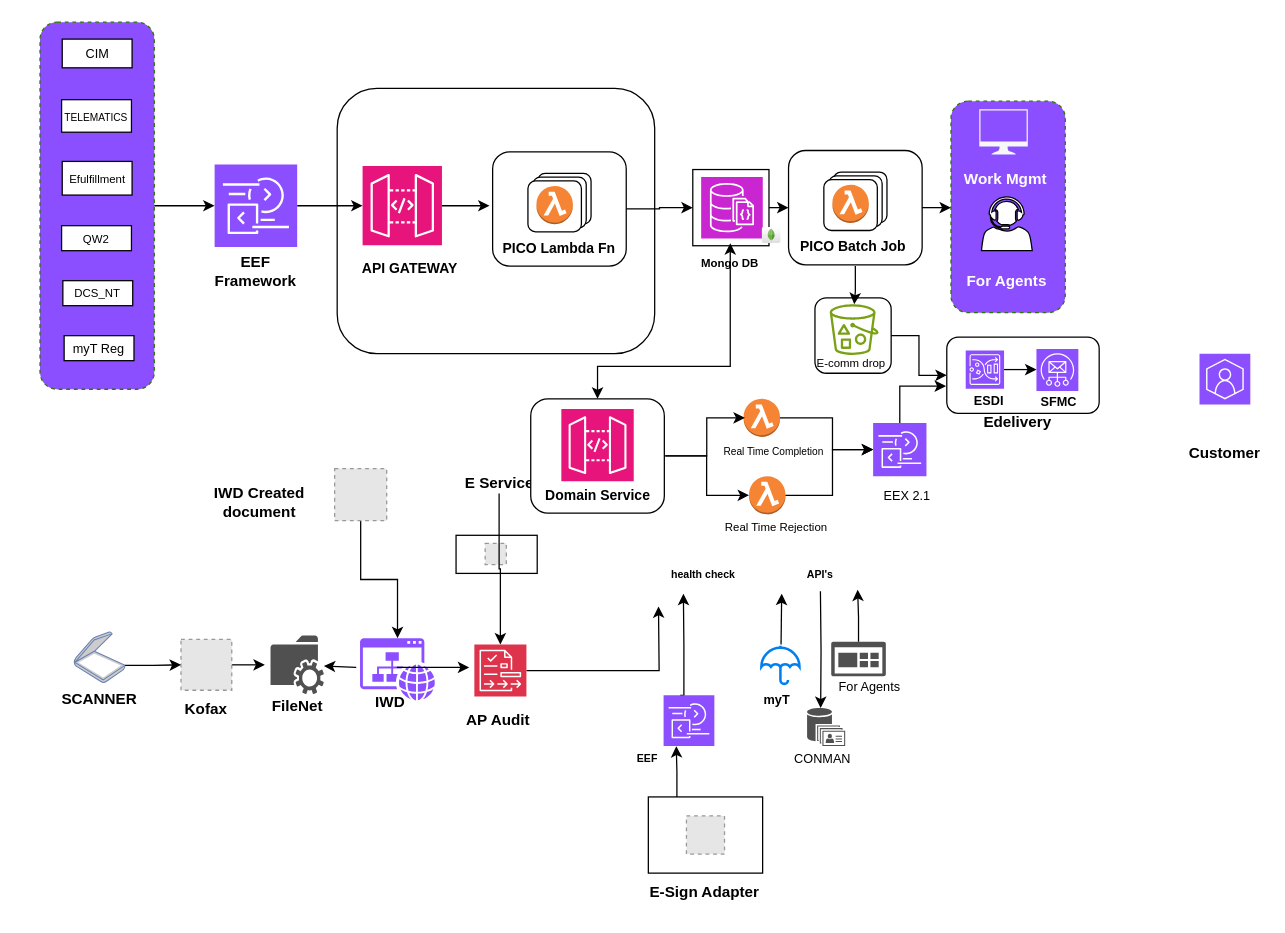
This is page "Page-4" (4 of 5) of Untitled Diagram.drawio from vigneshsdev/ServerlessArchitectureDiagrams, a draw.io file, before an edit. Source tidied: cells renumbered, new cells numbered last; positions are measured from the earlier drawing's top-left corner, leaving out a move shared by most shapes. Both pictures are drawn from the tidied source at 127%, with x=0, y=0 at pixel (39, 22). Pictures stored in the file or linked from it are replaced by grey dashed boxes.
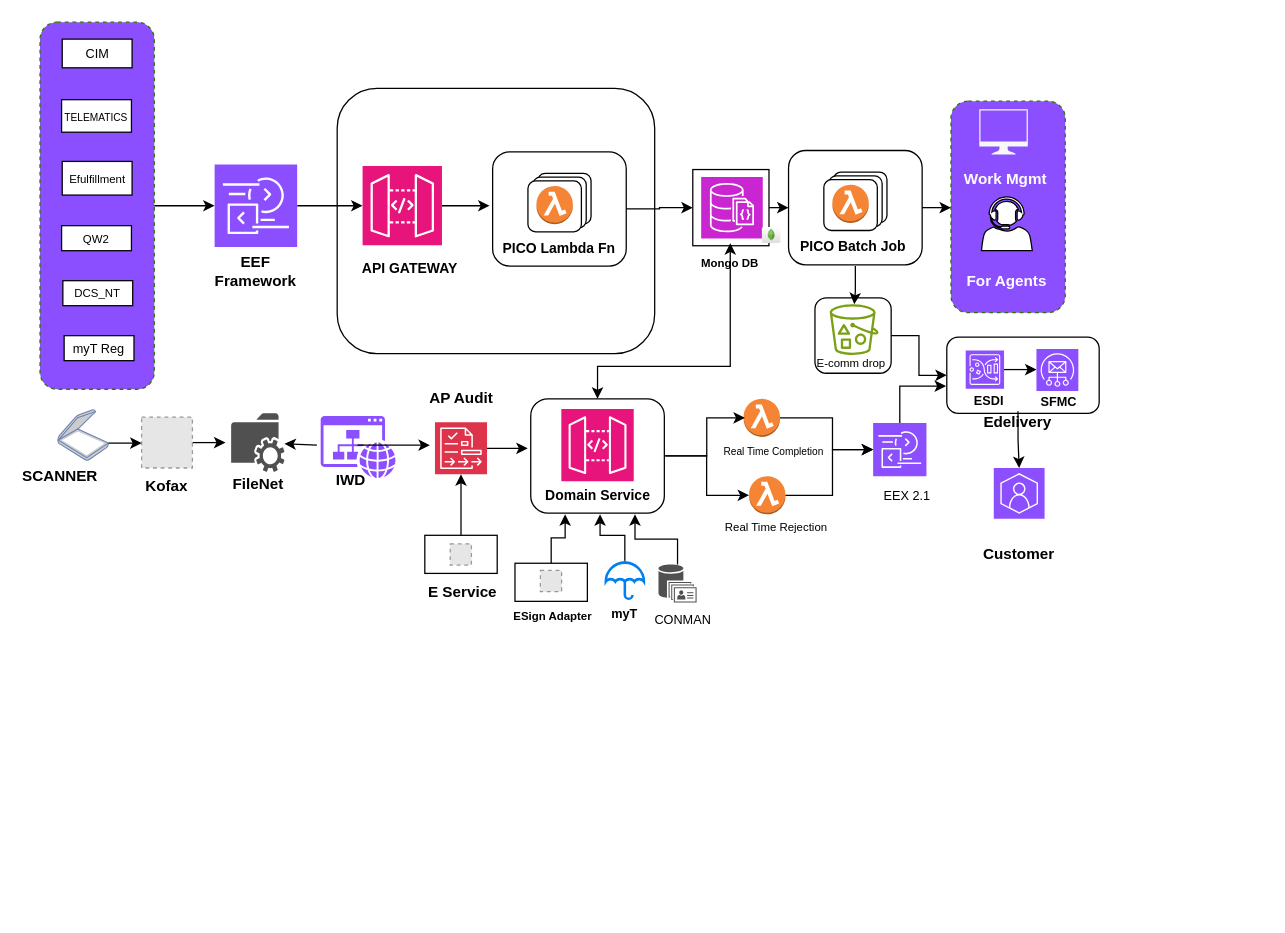
The same page after the edit.

The change refers to these unchanged cells:
```xml
<mxCell id="120" value="&lt;span style=&quot;font-size: 10px;&quot;&gt;&lt;b&gt;ESDI&lt;/b&gt;&lt;/span&gt;" style="text;html=1;align=center;verticalAlign=middle;whiteSpace=wrap;rounded=0;" parent="114" vertex="1">
  <mxGeometry x="9.6" y="43.4" width="46.5" height="16" as="geometry" />
</mxCell>
<mxCell id="125" value="&lt;span style=&quot;font-size: 11px;&quot;&gt;&lt;b&gt;Domain Service&amp;nbsp;&lt;/b&gt;&lt;/span&gt;" style="text;html=1;align=center;verticalAlign=middle;whiteSpace=wrap;rounded=0;" parent="122" vertex="1">
  <mxGeometry y="61" width="110" height="30" as="geometry" />
</mxCell>
```

What changed in the source:
```diff
@@
-    <mxCell id="10" style="sketch=0;points=[[0,0,0],[0.25,0,0],[0.5,0,0],[0.75,0,0],[1,0,0],[0,1,0],[0.25,1,0],[0.5,1,0],[0.75,1,0],[1,1,0],[0,0.25,0],[0,0.5,0],[0,0.75,0],[1,0.25,0],[1,0.5,0],[1,0.75,0]];outlineConnect=0;fontColor=#232F3E;fillColor=#8c4fff;strokeColor=#ffffff;dashed=0;verticalLabelPosition=bottom;verticalAlign=top;align=center;html=1;fontSize=12;fontStyle=0;shape=mxgraph.aws4.resourceIcon;resIcon=mxgraph.aws4.customer_enablement;" parent="1" vertex="1">
-      <mxGeometry x="913" y="261" width="40" height="40" as="geometry" />
-    </mxCell>
     <mxCell id="11" style="edgeStyle=orthogonalEdgeStyle;rounded=0;jettySize=auto;html=1;exitX=1;exitY=0.5;exitDx=0;exitDy=0;" parent="1" edge="1" source="12">
       <mxGeometry relative="1" as="geometry">
-        <mxPoint x="177" y="506" as="targetPoint" />
+        <mxPoint x="146" y="331" as="targetPoint" />
       </mxGeometry>
     </mxCell>
     <mxCell id="12" style="fillColor=#E6E6E6;strokeColor=#999999;dashed=1;html=1;verticalAlign=top;verticalLabelPosition=bottom;labelBackgroundColor=#ffffff;" parent="1" vertex="1">
-      <mxGeometry x="111" y="486" width="40" height="40" as="geometry" />
+      <mxGeometry x="80" y="311" width="40" height="40" as="geometry" />
     </mxCell>
     <mxCell id="13" style="sketch=0;shadow=0;dashed=0;html=1;strokeColor=none;fillColor=#505050;labelPosition=center;verticalLabelPosition=bottom;verticalAlign=top;outlineConnect=0;align=center;shape=mxgraph.office.services.network_file_share_service;" parent="1" vertex="1">
-      <mxGeometry x="181.5" y="482.9" width="42" height="46.2" as="geometry" />
+      <mxGeometry x="150.5" y="307.9" width="42" height="46.2" as="geometry" />
     </mxCell>
-    <mxCell id="14" style="edgeStyle=orthogonalEdgeStyle;rounded=0;jettySize=auto;html=1;exitX=1;exitY=0.5;exitDx=0;exitDy=0;exitPerimeter=0;" parent="1" edge="1" source="15">
-      <mxGeometry relative="1" as="geometry">
-        <mxPoint x="487" y="460" as="targetPoint" />
-      </mxGeometry>
-    </mxCell>
+    <mxCell id="140" style="edgeStyle=orthogonalEdgeStyle;rounded=0;jettySize=auto;html=1;exitX=1;exitY=0.5;exitDx=0;exitDy=0;exitPerimeter=0;" parent="1" edge="1" source="15">
+      <mxGeometry relative="1" as="geometry">
+        <mxPoint x="384" y="335.2" as="targetPoint" />
+      </mxGeometry>
+    </mxCell>
     <mxCell id="15" style="sketch=0;points=[[0,0,0],[0.25,0,0],[0.5,0,0],[0.75,0,0],[1,0,0],[0,1,0],[0.25,1,0],[0.5,1,0],[0.75,1,0],[1,1,0],[0,0.25,0],[0,0.5,0],[0,0.75,0],[1,0.25,0],[1,0.5,0],[1,0.75,0]];outlineConnect=0;fontColor=#232F3E;fillColor=#DD344C;strokeColor=#ffffff;dashed=0;verticalLabelPosition=bottom;verticalAlign=top;align=center;html=1;fontSize=12;fontStyle=0;shape=mxgraph.aws4.resourceIcon;resIcon=mxgraph.aws4.audit_manager;" parent="1" vertex="1">
-      <mxGeometry x="342" y="490" width="41" height="41" as="geometry" />
+      <mxGeometry x="311" y="315" width="41" height="41" as="geometry" />
     </mxCell>
-    <mxCell id="16" style="edgeStyle=orthogonalEdgeStyle;rounded=0;jettySize=auto;html=1;exitX=0.5;exitY=1;exitDx=0;exitDy=0;" parent="1" edge="1" source="17" target="20">
-      <mxGeometry relative="1" as="geometry" />
-    </mxCell>
-    <mxCell id="17" style="fillColor=#E6E6E6;strokeColor=#999999;dashed=1;verticalLabelPosition=bottom;labelBackgroundColor=default;verticalAlign=top;" parent="1" vertex="1">
-      <mxGeometry x="232" y="351.5" width="41" height="41" as="geometry" />
-    </mxCell>
     <mxCell id="18" value="&lt;b&gt;Kofax&lt;/b&gt;" style="text;html=1;align=center;verticalAlign=middle;whiteSpace=wrap;rounded=0;" parent="1" vertex="1">
-      <mxGeometry x="101" y="526" width="60" height="30" as="geometry" />
+      <mxGeometry x="70" y="351" width="60" height="30" as="geometry" />
     </mxCell>
     <mxCell id="19" value="&lt;b&gt;FileNet&lt;/b&gt;" style="text;html=1;align=center;verticalAlign=middle;whiteSpace=wrap;rounded=0;" parent="1" vertex="1">
-      <mxGeometry x="172.5" y="524.2" width="60" height="30" as="geometry" />
+      <mxGeometry x="141.5" y="349.2" width="60" height="30" as="geometry" />
     </mxCell>
     <mxCell id="20" style="sketch=0;shadow=0;dashed=0;html=1;strokeColor=none;fillColor=#8c4fff;labelPosition=center;verticalLabelPosition=bottom;verticalAlign=top;outlineConnect=0;align=center;shape=mxgraph.office.sites.website;" parent="1" vertex="1">
-      <mxGeometry x="252" y="485" width="59" height="49" as="geometry" />
+      <mxGeometry x="221" y="310" width="59" height="49" as="geometry" />
     </mxCell>
-    <mxCell id="21" style="edgeStyle=orthogonalEdgeStyle;rounded=0;orthogonalLoop=1;jettySize=auto;html=1;exitX=0.75;exitY=1;exitDx=0;exitDy=0;" parent="1" edge="1">
-      <mxGeometry relative="1" as="geometry">
-        <mxPoint x="614.5" y="448" as="sourcePoint" />
-        <mxPoint x="614.7" y="540" as="targetPoint" />
-      </mxGeometry>
-    </mxCell>
-    <mxCell id="22" style="edgeStyle=orthogonalEdgeStyle;rounded=0;orthogonalLoop=1;jettySize=auto;html=1;exitX=0.5;exitY=0;exitDx=0;exitDy=0;exitPerimeter=0;" parent="1" edge="1">
-      <mxGeometry relative="1" as="geometry">
-        <mxPoint x="504" y="530" as="sourcePoint" />
-        <mxPoint x="506.6" y="450" as="targetPoint" />
-        <Array as="points">
-          <mxPoint x="507" y="530" />
-          <mxPoint x="507" y="490" />
-        </Array>
-      </mxGeometry>
-    </mxCell>
-    <mxCell id="23" style="sketch=0;points=[[0,0,0],[0.25,0,0],[0.5,0,0],[0.75,0,0],[1,0,0],[0,1,0],[0.25,1,0],[0.5,1,0],[0.75,1,0],[1,1,0],[0,0.25,0],[0,0.5,0],[0,0.75,0],[1,0.25,0],[1,0.5,0],[1,0.75,0]];outlineConnect=0;fontColor=#232F3E;fillColor=#8C4FFF;strokeColor=#ffffff;dashed=0;verticalLabelPosition=bottom;verticalAlign=top;align=center;html=1;fontSize=12;fontStyle=0;shape=mxgraph.aws4.resourceIcon;resIcon=mxgraph.aws4.data_exchange;" parent="1" vertex="1">
-      <mxGeometry x="491" y="530" width="40" height="40" as="geometry" />
-    </mxCell>
-    <mxCell id="24" style="html=1;verticalLabelPosition=bottom;align=center;labelBackgroundColor=#ffffff;verticalAlign=top;strokeWidth=2;strokeColor=#0080F0;shadow=0;dashed=0;shape=mxgraph.ios7.icons.umbrella;" parent="1" vertex="1">
-      <mxGeometry x="568" y="491" width="30" height="30" as="geometry" />
-    </mxCell>
-    <mxCell id="25" style="sketch=0;shadow=0;dashed=0;html=1;strokeColor=none;labelPosition=center;verticalLabelPosition=bottom;verticalAlign=top;align=center;fillColor=#505050;shape=mxgraph.mscae.oms.dashboard;" parent="1" vertex="1">
-      <mxGeometry x="623" y="487.9" width="43" height="27.1" as="geometry" />
-    </mxCell>
     <mxCell id="26" value="&lt;b&gt;IWD&lt;/b&gt;" style="text;html=1;align=center;verticalAlign=middle;whiteSpace=wrap;rounded=0;" parent="1" vertex="1">
-      <mxGeometry x="245.5" y="521" width="60" height="30" as="geometry" />
+      <mxGeometry x="214.5" y="346" width="60" height="30" as="geometry" />
     </mxCell>
-    <mxCell id="27" value="&lt;b&gt;IWD Created document&lt;/b&gt;" style="text;html=1;align=center;verticalAlign=middle;whiteSpace=wrap;rounded=0;" parent="1" vertex="1">
-      <mxGeometry x="123" y="362.5" width="100" height="30" as="geometry" />
-    </mxCell>
     <mxCell id="28" value="&lt;b&gt;AP Audit&lt;/b&gt;" style="text;html=1;align=center;verticalAlign=middle;whiteSpace=wrap;rounded=0;" parent="1" vertex="1">
-      <mxGeometry x="331" y="535" width="60" height="30" as="geometry" />
+      <mxGeometry x="301.5" y="281" width="60" height="30" as="geometry" />
     </mxCell>
-    <mxCell id="29" style="group;" parent="1" vertex="1">
-      <mxGeometry x="471" y="610" width="105" height="90" as="geometry" />
-    </mxCell>
-    <mxCell id="30" style="rounded=0;whiteSpace=wrap;html=1;" parent="29" vertex="1">
-      <mxGeometry x="8" width="90" height="60" as="geometry" />
-    </mxCell>
-    <mxCell id="31" style="fillColor=#E6E6E6;strokeColor=#999999;dashed=1;html=1;verticalAlign=top;verticalLabelPosition=bottom;labelBackgroundColor=#ffffff;" parent="29" vertex="1">
-      <mxGeometry x="38" y="15" width="30" height="30" as="geometry" />
-    </mxCell>
-    <mxCell id="32" value="&lt;b&gt;E-Sign Adapter&lt;/b&gt;" style="text;html=1;align=center;verticalAlign=middle;whiteSpace=wrap;rounded=0;" parent="29" vertex="1">
-      <mxGeometry y="60" width="105" height="30" as="geometry" />
-    </mxCell>
-    <mxCell id="33" style="group;" parent="1" vertex="1">
-      <mxGeometry x="321.5" y="404" width="80" height="50" as="geometry" />
-    </mxCell>
-    <mxCell id="34" style="rounded=0;whiteSpace=wrap;html=1;" parent="33" vertex="1">
-      <mxGeometry x="6.1" width="63.9" height="30" as="geometry" />
-    </mxCell>
-    <mxCell id="35" style="fillColor=#E6E6E6;strokeColor=#999999;dashed=1;html=1;verticalAlign=top;verticalLabelPosition=bottom;labelBackgroundColor=#ffffff;" parent="33" vertex="1">
-      <mxGeometry x="29" y="6.3" width="16.7" height="16.7" as="geometry" />
-    </mxCell>
-    <mxCell id="36" value="&lt;b&gt;E Service&lt;/b&gt;" style="text;html=1;align=center;verticalAlign=middle;whiteSpace=wrap;rounded=0;" parent="33" vertex="1">
-      <mxGeometry y="-49.7" width="80" height="16.7" as="geometry" />
-    </mxCell>
     <mxCell id="37" style="group;" parent="1" vertex="1">
-      <mxGeometry x="17" y="480" width="60" height="68" as="geometry" />
+      <mxGeometry x="-14" y="305" width="60" height="68" as="geometry" />
     </mxCell>
     <mxCell id="38" style="fontColor=#0066CC;verticalAlign=top;verticalLabelPosition=bottom;labelPosition=center;align=center;html=1;outlineConnect=0;fillColor=#CCCCCC;strokeColor=#6881B3;gradientColor=none;gradientDirection=north;strokeWidth=2;shape=mxgraph.networks.scanner;" parent="37" vertex="1">
-      <mxGeometry x="10" width="40" height="40" as="geometry" />
+      <mxGeometry x="28" width="40" height="40" as="geometry" />
     </mxCell>
@@
     <mxCell id="41" style="endArrow=classic;html=1;rounded=0;" parent="1" edge="1" target="13">
       <mxGeometry relative="1" as="geometry">
-        <mxPoint x="249" y="508" as="sourcePoint" />
+        <mxPoint x="218" y="333" as="sourcePoint" />
       </mxGeometry>
     </mxCell>
     <mxCell id="42" style="endArrow=classic;html=1;rounded=0;" parent="1" edge="1">
       <mxGeometry relative="1" as="geometry">
-        <mxPoint x="281" y="508" as="sourcePoint" />
-        <mxPoint x="338" y="508" as="targetPoint" />
+        <mxPoint x="250" y="333" as="sourcePoint" />
+        <mxPoint x="307" y="333" as="targetPoint" />
       </mxGeometry>
     </mxCell>
-    <mxCell id="43" value="&lt;span style=&quot;font-size: 8.33333px;&quot;&gt;health check&lt;/span&gt;" style="text;strokeColor=none;fillColor=none;html=1;fontSize=24;fontStyle=1;verticalAlign=middle;align=center;" parent="1" vertex="1">
-      <mxGeometry x="484" y="421" width="75" height="18" as="geometry" />
-    </mxCell>
-    <mxCell id="44" value="&lt;span style=&quot;font-size: 8.33333px;&quot;&gt;API's&lt;/span&gt;" style="text;strokeColor=none;fillColor=none;html=1;fontSize=24;fontStyle=1;verticalAlign=middle;align=center;" parent="1" vertex="1">
-      <mxGeometry x="576" y="425" width="75" height="10" as="geometry" />
-    </mxCell>
-    <mxCell id="45" style="endArrow=classic;html=1;rounded=0;" parent="1" edge="1">
-      <mxGeometry relative="1" as="geometry">
-        <mxPoint x="583.5" y="490" as="sourcePoint" />
-        <mxPoint x="584" y="450" as="targetPoint" />
-      </mxGeometry>
-    </mxCell>
-    <mxCell id="46" style="edgeStyle=orthogonalEdgeStyle;rounded=0;jettySize=auto;html=1;exitX=0.25;exitY=0;exitDx=0;exitDy=0;entryX=0.25;entryY=1;entryDx=0;entryDy=0;entryPerimeter=0;" parent="1" edge="1" source="30" target="23">
-      <mxGeometry relative="1" as="geometry" />
-    </mxCell>
-    <mxCell id="47" value="&lt;span style=&quot;font-size: 8.33333px;&quot;&gt;EEF&lt;/span&gt;" style="text;strokeColor=none;fillColor=none;html=1;fontSize=24;fontStyle=1;verticalAlign=middle;align=center;" parent="1" vertex="1">
-      <mxGeometry x="462" y="570" width="31.5" height="10" as="geometry" />
-    </mxCell>
+    <mxCell id="141" style="edgeStyle=orthogonalEdgeStyle;rounded=0;jettySize=auto;html=1;entryX=0.75;entryY=1;entryDx=0;entryDy=0;" parent="1" edge="1" source="48" target="125">
+      <mxGeometry relative="1" as="geometry" />
+    </mxCell>
     <mxCell id="48" style="sketch=0;shadow=0;dashed=0;html=1;strokeColor=none;fillColor=#505050;labelPosition=center;verticalLabelPosition=bottom;verticalAlign=top;outlineConnect=0;align=center;shape=mxgraph.office.databases.unified_contact_store;" parent="1" vertex="1">
-      <mxGeometry x="604" y="540" width="30" height="30" as="geometry" />
+      <mxGeometry x="487" y="427" width="30" height="30" as="geometry" />
     </mxCell>
     <mxCell id="49" value="&lt;font style=&quot;font-size: 10px;&quot;&gt;CONMAN&lt;/font&gt;" style="text;html=1;align=center;verticalAlign=middle;whiteSpace=wrap;rounded=0;" parent="1" vertex="1">
-      <mxGeometry x="592" y="570" width="49" height="20" as="geometry" />
+      <mxGeometry x="482" y="459.7" width="49" height="20" as="geometry" />
     </mxCell>
-    <mxCell id="50" value="&lt;span style=&quot;font-size: 10px;&quot;&gt;For Agents&lt;/span&gt;" style="text;html=1;align=center;verticalAlign=middle;whiteSpace=wrap;rounded=0;" parent="1" vertex="1">
-      <mxGeometry x="627" y="513" width="53" height="20" as="geometry" />
-    </mxCell>
-    <mxCell id="51" style="edgeStyle=orthogonalEdgeStyle;rounded=0;jettySize=auto;html=1;exitX=0.5;exitY=0;exitDx=0;exitDy=0;exitPerimeter=0;entryX=0.904;entryY=0.993;entryDx=0;entryDy=0;entryPerimeter=0;" parent="1" edge="1" source="25">
-      <mxGeometry relative="1" as="geometry">
-        <mxPoint x="643.8" y="446.8" as="targetPoint" />
-      </mxGeometry>
-    </mxCell>
-    <mxCell id="52" value="&lt;span style=&quot;font-size: 10px;&quot;&gt;&lt;b&gt;myT&lt;/b&gt;&lt;/span&gt;" style="text;html=1;align=center;verticalAlign=middle;whiteSpace=wrap;rounded=0;" parent="1" vertex="1">
-      <mxGeometry x="554" y="523" width="53" height="20" as="geometry" />
-    </mxCell>
-    <mxCell id="53" value="&lt;b&gt;Customer&lt;/b&gt;" style="text;html=1;align=center;verticalAlign=middle;whiteSpace=wrap;rounded=0;" parent="1" vertex="1">
-      <mxGeometry x="903" y="325" width="60" height="30" as="geometry" />
-    </mxCell>
@@
-    <mxCell id="127" style="edgeStyle=orthogonalEdgeStyle;rounded=0;jettySize=auto;html=1;entryX=0.5;entryY=0;entryDx=0;entryDy=0;entryPerimeter=0;" parent="1" edge="1" source="36" target="15">
-      <mxGeometry relative="1" as="geometry" />
-    </mxCell>
@@
+    <mxCell id="142" style="group;" parent="1" vertex="1">
+      <mxGeometry x="293" y="404" width="80" height="53.7" as="geometry" />
+    </mxCell>
+    <mxCell id="143" style="group;" parent="142" vertex="1">
+      <mxGeometry x="7" width="63.9" height="30" as="geometry" />
+    </mxCell>
+    <mxCell id="34" style="rounded=0;whiteSpace=wrap;html=1;" parent="143" vertex="1">
+      <mxGeometry x="3" width="57" height="30" as="geometry" />
+    </mxCell>
+    <mxCell id="35" style="fillColor=#E6E6E6;strokeColor=#999999;dashed=1;html=1;verticalAlign=top;verticalLabelPosition=bottom;labelBackgroundColor=#ffffff;" parent="143" vertex="1">
+      <mxGeometry x="23" y="6.7" width="16.7" height="16.7" as="geometry" />
+    </mxCell>
+    <mxCell id="36" value="&lt;b&gt;E Service&lt;/b&gt;" style="text;html=1;align=center;verticalAlign=middle;whiteSpace=wrap;rounded=0;" parent="142" vertex="1">
+      <mxGeometry y="37" width="80" height="16.7" as="geometry" />
+    </mxCell>
+    <mxCell id="144" style="edgeStyle=orthogonalEdgeStyle;rounded=0;jettySize=auto;html=1;exitX=0.5;exitY=0;exitDx=0;exitDy=0;entryX=0.5;entryY=1;entryDx=0;entryDy=0;entryPerimeter=0;" parent="1" edge="1" source="34" target="15">
+      <mxGeometry relative="1" as="geometry" />
+    </mxCell>
+    <mxCell id="145" style="group;" parent="1" vertex="1">
+      <mxGeometry x="741" y="351" width="60" height="82.6" as="geometry" />
+    </mxCell>
+    <mxCell id="10" style="sketch=0;points=[[0,0,0],[0.25,0,0],[0.5,0,0],[0.75,0,0],[1,0,0],[0,1,0],[0.25,1,0],[0.5,1,0],[0.75,1,0],[1,1,0],[0,0.25,0],[0,0.5,0],[0,0.75,0],[1,0.25,0],[1,0.5,0],[1,0.75,0]];outlineConnect=0;fontColor=#232F3E;fillColor=#8c4fff;strokeColor=#ffffff;dashed=0;verticalLabelPosition=bottom;verticalAlign=top;align=center;html=1;fontSize=12;fontStyle=0;shape=mxgraph.aws4.resourceIcon;resIcon=mxgraph.aws4.customer_enablement;" parent="145" vertex="1">
+      <mxGeometry x="10" width="40" height="40" as="geometry" />
+    </mxCell>
+    <mxCell id="53" value="&lt;b&gt;Customer&lt;/b&gt;" style="text;html=1;align=center;verticalAlign=middle;whiteSpace=wrap;rounded=0;" parent="145" vertex="1">
+      <mxGeometry y="52.6" width="60" height="30" as="geometry" />
+    </mxCell>
+    <mxCell id="146" style="edgeStyle=orthogonalEdgeStyle;rounded=0;jettySize=auto;html=1;exitX=1;exitY=1;exitDx=0;exitDy=0;" parent="1" edge="1" source="120" target="10">
+      <mxGeometry relative="1" as="geometry" />
+    </mxCell>
+    <mxCell id="147" style="group;" parent="1" vertex="1">
+      <mxGeometry x="434" y="424" width="53" height="51.7" as="geometry" />
+    </mxCell>
+    <mxCell id="24" style="html=1;verticalLabelPosition=bottom;align=center;labelBackgroundColor=#ffffff;verticalAlign=top;strokeWidth=2;strokeColor=#0080F0;shadow=0;dashed=0;shape=mxgraph.ios7.icons.umbrella;" parent="147" vertex="1">
+      <mxGeometry x="11.5" width="30" height="30" as="geometry" />
+    </mxCell>
+    <mxCell id="52" value="&lt;span style=&quot;font-size: 10px;&quot;&gt;&lt;b&gt;myT&lt;/b&gt;&lt;/span&gt;" style="text;html=1;align=center;verticalAlign=middle;whiteSpace=wrap;rounded=0;" parent="147" vertex="1">
+      <mxGeometry y="31.7" width="53" height="20" as="geometry" />
+    </mxCell>
+    <mxCell id="148" style="group;" parent="1" vertex="1">
+      <mxGeometry x="364" y="401" width="80" height="53.7" as="geometry" />
+    </mxCell>
+    <mxCell id="149" style="group;" parent="148" vertex="1">
+      <mxGeometry x="7" y="22" width="63.9" height="30" as="geometry" />
+    </mxCell>
+    <mxCell id="150" style="rounded=0;whiteSpace=wrap;html=1;" parent="149" vertex="1">
+      <mxGeometry x="3" y="3" width="57" height="30" as="geometry" />
+    </mxCell>
+    <mxCell id="151" style="fillColor=#E6E6E6;strokeColor=#999999;dashed=1;html=1;verticalAlign=top;verticalLabelPosition=bottom;labelBackgroundColor=#ffffff;" parent="149" vertex="1">
+      <mxGeometry x="23" y="8.7" width="16.7" height="16.7" as="geometry" />
+    </mxCell>
+    <mxCell id="152" value="&lt;b&gt;&lt;font style=&quot;font-size: 9px;&quot;&gt;ESign Adapter&lt;/font&gt;&lt;/b&gt;" style="text;html=1;align=center;verticalAlign=middle;whiteSpace=wrap;rounded=0;" parent="148" vertex="1">
+      <mxGeometry y="58" width="80" height="16.7" as="geometry" />
+    </mxCell>
+    <mxCell id="153" style="edgeStyle=orthogonalEdgeStyle;rounded=0;jettySize=auto;html=1;exitX=0.5;exitY=0;exitDx=0;exitDy=0;entryX=0.25;entryY=1;entryDx=0;entryDy=0;" parent="1" edge="1" source="150" target="125">
+      <mxGeometry relative="1" as="geometry" />
+    </mxCell>
+    <mxCell id="154" style="edgeStyle=orthogonalEdgeStyle;rounded=0;jettySize=auto;html=1;entryX=0.5;entryY=1;entryDx=0;entryDy=0;" parent="1" edge="1" source="24" target="125">
+      <mxGeometry relative="1" as="geometry" />
+    </mxCell>
```
